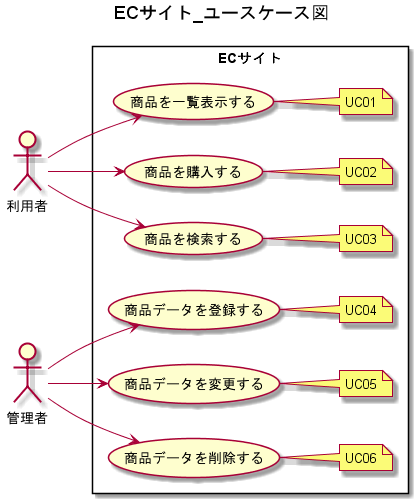
Before: UseCase/ECサイト_ユースケース図.png, a diagram exported from PlantUML (wnakayama/ojt_ecsite).
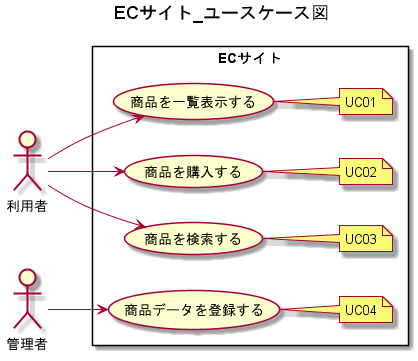
After the commit.

Commit message:
ユースケース図、画面遷移図を修正

The edit, as a diff of the source:
```diff
@@ -10,16 +10,12 @@
     (商品を購入する) as (buyProduct)
     (商品を検索する) as (searchProduct)
     (商品データを登録する) as (createProductData)
-    (商品データを変更する) as (updateProductData)
-    (商品データを削除する) as (deleteProductData)
 
     left to right direction
     user --> showProduct
     user --> buyProduct
     user --> searchProduct
     admin --> createProductData
-    admin --> updateProductData
-    admin --> deleteProductData
 
 
     note right of showProduct
@@ -30,7 +26,6 @@
     UC02
     end note
 
-
     note right of searchProduct
     UC03
     end note
@@ -39,13 +34,5 @@
     UC04
     end note
 
-    note right of updateProductData
-    UC05
-    end note
-
-    note right of deleteProductData
-    UC06
-    end note
-
 }
 @enduml
```
